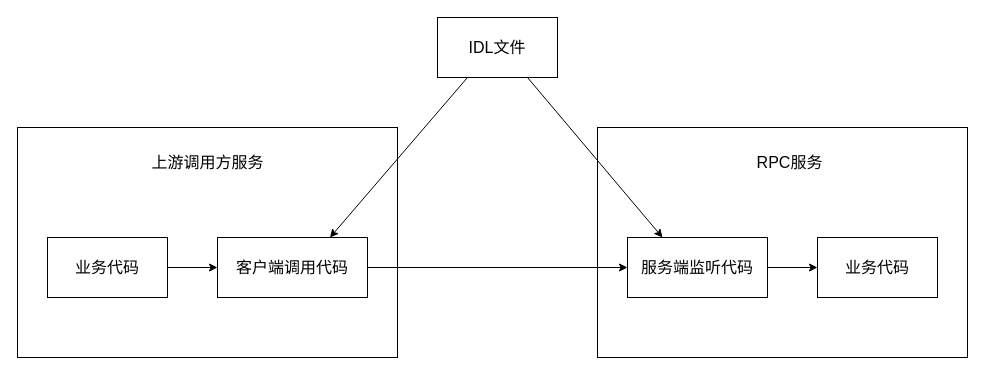
Before: drawio/idl示例.drawio in Hui4401/file, a draw.io diagram. Source tidied: cells renumbered, new cells numbered last; positions are measured from the earlier drawing's top-left corner, leaving out a move shared by most shapes. Both pictures are drawn from the tidied source at 100%, with x=0, y=0 at pixel (17, 17).
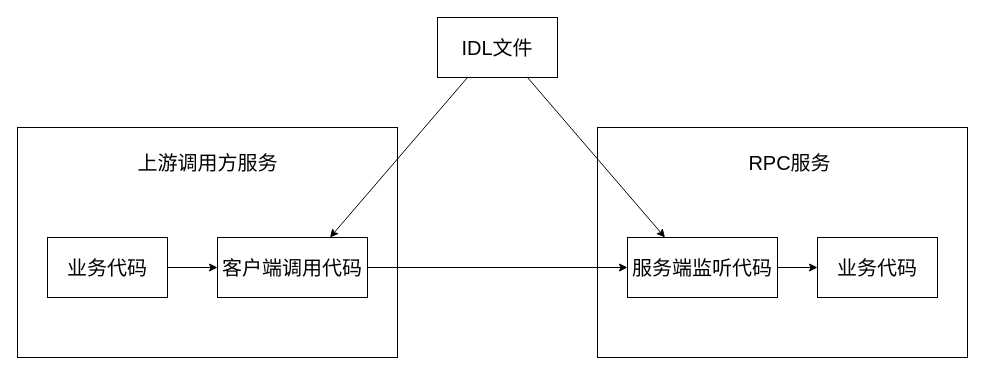
After the change.

The edit, as a diff of the source:
```diff
@@
 <mxGraphModel>
   <root>
     <mxCell id="0" />
     <mxCell id="1" parent="0" />
     <mxCell id="2" style="rounded=0;whiteSpace=wrap;html=1;fontSize=16;fillColor=#FFFFFF;" parent="1" vertex="1">
       <mxGeometry x="580" y="110" width="370" height="230" as="geometry" />
     </mxCell>
     <mxCell id="3" style="rounded=0;whiteSpace=wrap;html=1;fontSize=16;fillColor=#FFFFFF;" parent="1" vertex="1">
       <mxGeometry y="110" width="380" height="230" as="geometry" />
     </mxCell>
     <mxCell id="4" style="rounded=0;jettySize=auto;html=1;exitX=0.25;exitY=1;exitDx=0;exitDy=0;entryX=0.75;entryY=0;entryDx=0;entryDy=0;fontSize=16;" parent="1" edge="1" source="6" target="8">
       <mxGeometry relative="1" as="geometry" />
     </mxCell>
     <mxCell id="5" style="edgeStyle=none;rounded=0;jettySize=auto;html=1;exitX=0.75;exitY=1;exitDx=0;exitDy=0;entryX=0.25;entryY=0;entryDx=0;entryDy=0;fontSize=16;" parent="1" edge="1" source="6" target="10">
       <mxGeometry relative="1" as="geometry" />
     </mxCell>
-    <mxCell id="6" value="IDL文件" style="rounded=0;whiteSpace=wrap;html=1;fontSize=16;fillColor=#FFFFFF;" parent="1" vertex="1">
+    <mxCell id="6" value="&lt;font style=&quot;font-size: 20px;&quot;&gt;IDL文件&lt;/font&gt;" style="rounded=0;whiteSpace=wrap;html=1;fontSize=16;fillColor=#FFFFFF;" parent="1" vertex="1">
       <mxGeometry x="420" width="120" height="60" as="geometry" />
     </mxCell>
     <mxCell id="7" style="edgeStyle=orthogonalEdgeStyle;rounded=0;jettySize=auto;html=1;exitX=1;exitY=0.5;exitDx=0;exitDy=0;entryX=0;entryY=0.5;entryDx=0;entryDy=0;fontSize=16;" parent="1" edge="1" source="8" target="10">
       <mxGeometry relative="1" as="geometry" />
     </mxCell>
-    <mxCell id="8" value="客户端调用代码" style="rounded=0;whiteSpace=wrap;html=1;fontSize=16;fillColor=#FFFFFF;" parent="1" vertex="1">
+    <mxCell id="8" value="&lt;font style=&quot;font-size: 20px;&quot;&gt;客户端调用代码&lt;/font&gt;" style="rounded=0;whiteSpace=wrap;html=1;fontSize=16;fillColor=#FFFFFF;" parent="1" vertex="1">
       <mxGeometry x="200" y="220" width="150" height="60" as="geometry" />
     </mxCell>
     <mxCell id="9" style="edgeStyle=orthogonalEdgeStyle;rounded=0;jettySize=auto;html=1;exitX=1;exitY=0.5;exitDx=0;exitDy=0;entryX=0;entryY=0.5;entryDx=0;entryDy=0;fontSize=16;" parent="1" edge="1" source="10" target="15">
       <mxGeometry relative="1" as="geometry" />
     </mxCell>
-    <mxCell id="10" value="服务端监听代码" style="rounded=0;whiteSpace=wrap;html=1;fontSize=16;fillColor=#FFFFFF;" parent="1" vertex="1">
-      <mxGeometry x="610" y="220" width="140" height="60" as="geometry" />
+    <mxCell id="10" value="&lt;font style=&quot;font-size: 20px;&quot;&gt;服务端监听代码&lt;/font&gt;" style="rounded=0;whiteSpace=wrap;html=1;fontSize=16;fillColor=#FFFFFF;" parent="1" vertex="1">
+      <mxGeometry x="610" y="220" width="150" height="60" as="geometry" />
     </mxCell>
-    <mxCell id="11" value="上游调用方服务" style="text;html=1;strokeColor=none;fillColor=none;align=center;verticalAlign=middle;whiteSpace=wrap;rounded=0;fontSize=16;" parent="1" vertex="1">
-      <mxGeometry x="127.5" y="130" width="125" height="30" as="geometry" />
+    <mxCell id="11" value="&lt;font style=&quot;font-size: 20px;&quot;&gt;上游调用方服务&lt;/font&gt;" style="text;html=1;strokeColor=none;fillColor=none;align=center;verticalAlign=middle;whiteSpace=wrap;rounded=0;fontSize=16;" parent="1" vertex="1">
+      <mxGeometry x="113.8" y="130" width="152.5" height="30" as="geometry" />
     </mxCell>
-    <mxCell id="12" value="RPC服务" style="text;html=1;strokeColor=none;fillColor=none;align=center;verticalAlign=middle;whiteSpace=wrap;rounded=0;fontSize=16;" parent="1" vertex="1">
+    <mxCell id="12" value="&lt;font style=&quot;font-size: 20px;&quot;&gt;RPC服务&lt;/font&gt;" style="text;html=1;strokeColor=none;fillColor=none;align=center;verticalAlign=middle;whiteSpace=wrap;rounded=0;fontSize=16;" parent="1" vertex="1">
       <mxGeometry x="710" y="130" width="125" height="30" as="geometry" />
     </mxCell>
     <mxCell id="13" style="edgeStyle=orthogonalEdgeStyle;rounded=0;jettySize=auto;html=1;exitX=1;exitY=0.5;exitDx=0;exitDy=0;entryX=0;entryY=0.5;entryDx=0;entryDy=0;fontSize=16;" parent="1" edge="1" source="14" target="8">
       <mxGeometry relative="1" as="geometry" />
     </mxCell>
-    <mxCell id="14" value="业务代码" style="rounded=0;whiteSpace=wrap;html=1;fontSize=16;fillColor=#FFFFFF;" parent="1" vertex="1">
+    <mxCell id="14" value="&lt;font style=&quot;font-size: 20px;&quot;&gt;业务代码&lt;/font&gt;" style="rounded=0;whiteSpace=wrap;html=1;fontSize=16;fillColor=#FFFFFF;" parent="1" vertex="1">
       <mxGeometry x="30" y="220" width="120" height="60" as="geometry" />
     </mxCell>
-    <mxCell id="15" value="业务代码" style="rounded=0;whiteSpace=wrap;html=1;fontSize=16;fillColor=#FFFFFF;" parent="1" vertex="1">
+    <mxCell id="15" value="&lt;font style=&quot;font-size: 20px;&quot;&gt;业务代码&lt;/font&gt;" style="rounded=0;whiteSpace=wrap;html=1;fontSize=16;fillColor=#FFFFFF;" parent="1" vertex="1">
       <mxGeometry x="800" y="220" width="120" height="60" as="geometry" />
     </mxCell>
   </root>
 </mxGraphModel>
```
